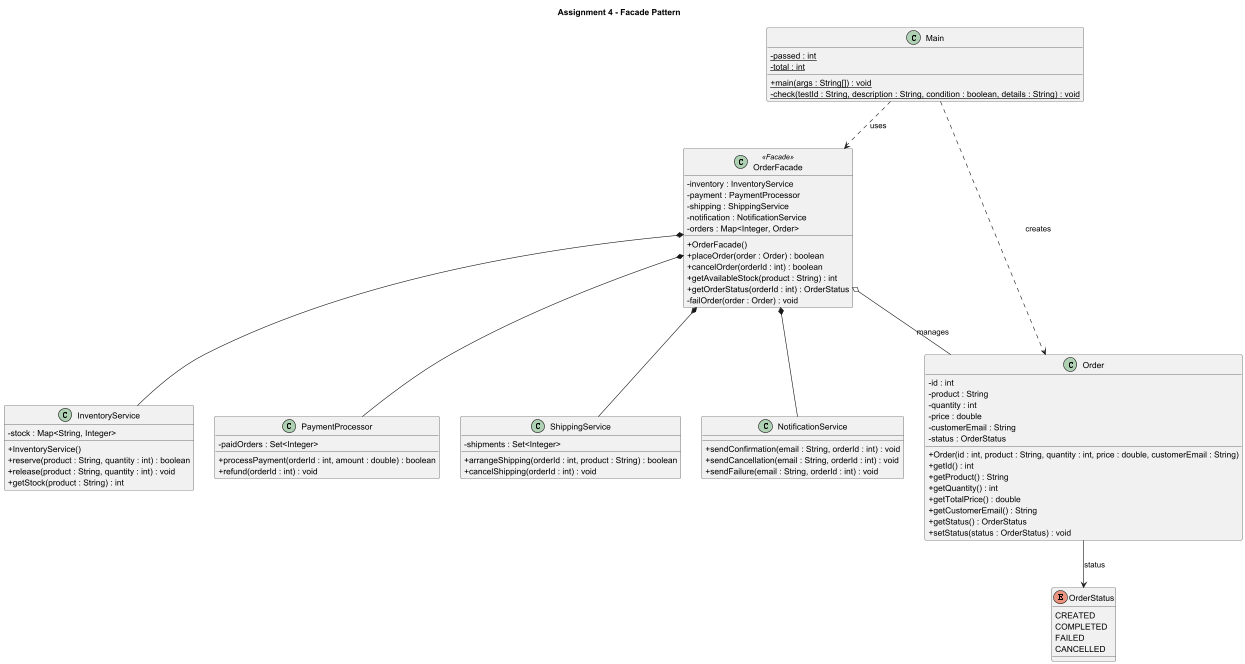
DevMax8/SDP-Assignment-4-Facade keeps this PlantUML diagram as img/Online_Order_Processing_Facade_UML-Assignment_4___Facade_Pattern.png. Above is the earlier version.
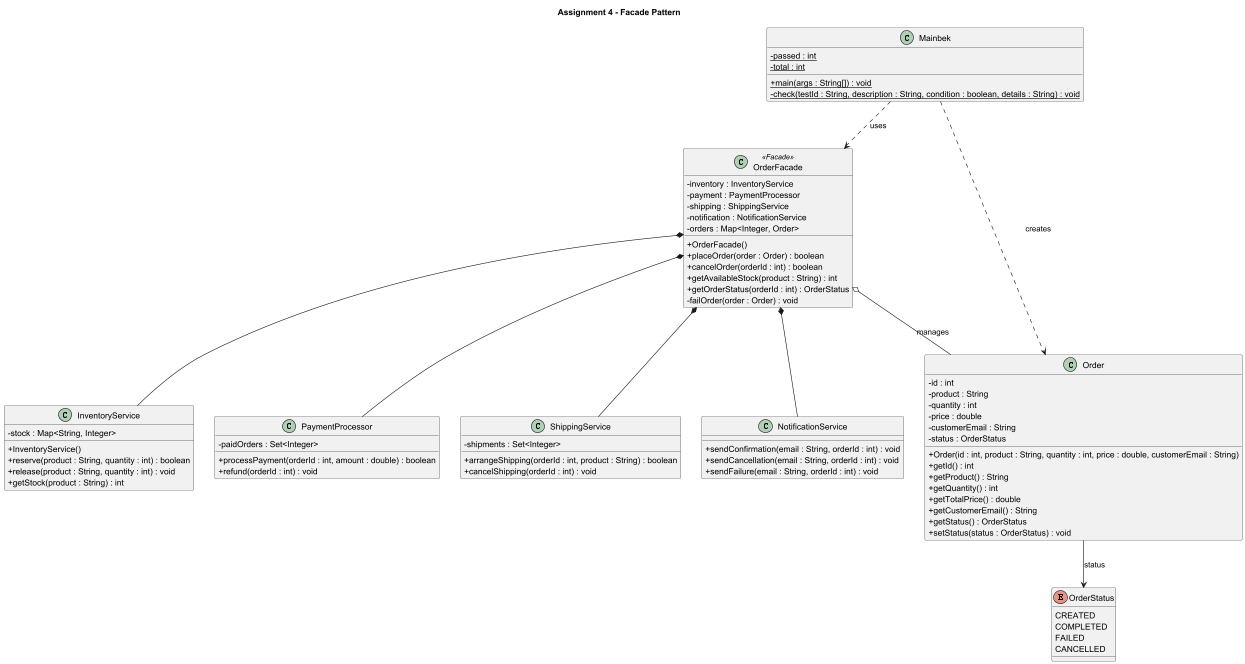
After the change.

Commit message:
Update UML diagram to match Mainbek class

Diff of the diagram source:
```diff
@@ -3,7 +3,7 @@
 skinparam classAttributeIconSize 0
 top to bottom direction
 
-class Main {
+class Mainbek {
     - {static} passed : int
     - {static} total : int
     + {static} main(args : String[]) : void
@@ -74,8 +74,8 @@
     + sendFailure(email : String, orderId : int) : void
 }
 
-Main ..> OrderFacade : uses
-Main ..> Order : creates
+Mainbek ..> OrderFacade : uses
+Mainbek ..> Order : creates
 
 OrderFacade *-- InventoryService
 OrderFacade *-- PaymentProcessor
```
